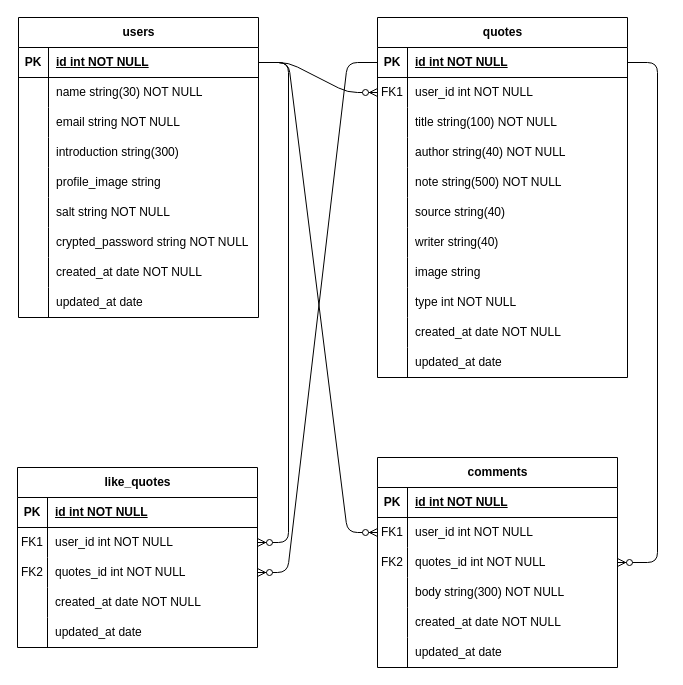
This is er_map.dio from win-soar/quotes_journaling, a draw.io file, before an edit. Source tidied: cells renumbered, new cells numbered last; positions are measured from the earlier drawing's top-left corner, leaving out a move shared by most shapes. Both pictures are drawn from the tidied source at 100%, with x=0, y=0 at pixel (17, 17).
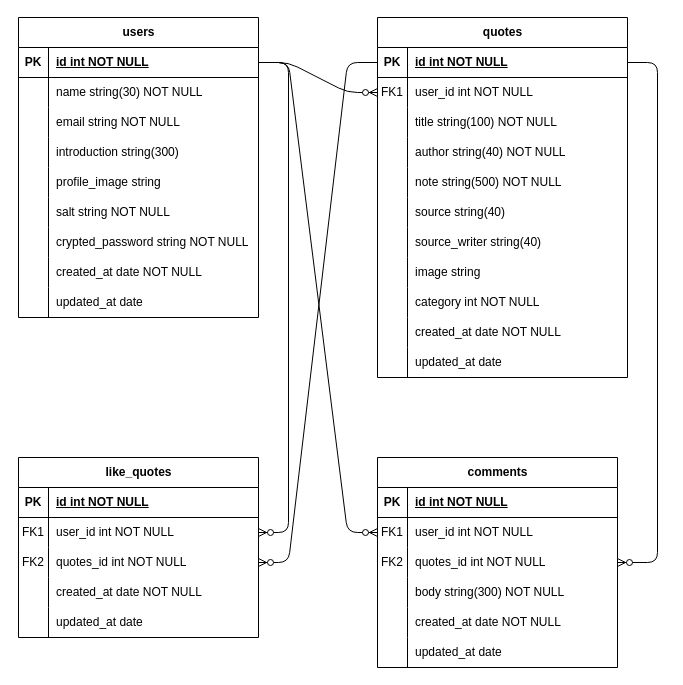
The same page after the edit.

The change refers to these unchanged cells:
```xml
<mxCell id="49" style="shape=tableRow;horizontal=0;startSize=0;swimlaneHead=0;swimlaneBody=0;fillColor=none;top=0;left=0;right=0;bottom=0;" parent="30" vertex="1">
  <mxGeometry y="210" width="250" height="30" as="geometry" />
</mxCell>
<mxCell id="55" style="shape=tableRow;horizontal=0;startSize=0;swimlaneHead=0;swimlaneBody=0;fillColor=none;top=0;left=0;right=0;bottom=0;" parent="30" vertex="1">
  <mxGeometry y="270" width="250" height="30" as="geometry" />
</mxCell>
```

Diff of the diagram source:
```diff
@@
-    <mxCell id="51" value="writer string(40)" style="shape=partialRectangle;fillColor=none;top=0;left=0;bottom=0;right=0;align=left;spacingLeft=6;overflow=hidden;whiteSpace=wrap;html=1;" parent="49" vertex="1">
+    <mxCell id="51" value="&lt;span style=&quot;color: rgb(0, 0, 0);&quot;&gt;source_&lt;/span&gt;writer string(40)" style="shape=partialRectangle;fillColor=none;top=0;left=0;bottom=0;right=0;align=left;spacingLeft=6;overflow=hidden;whiteSpace=wrap;html=1;" parent="49" vertex="1">
       <mxGeometry x="30" width="220" height="30" as="geometry" />
     </mxCell>
@@
-    <mxCell id="57" value="type int&lt;span style=&quot;color: rgb(0, 0, 0);&quot;&gt;&amp;nbsp;&lt;/span&gt;&lt;span style=&quot;color: rgb(0, 0, 0);&quot;&gt;NOT NULL&lt;/span&gt;" style="shape=partialRectangle;fillColor=none;top=0;left=0;bottom=0;right=0;align=left;spacingLeft=6;overflow=hidden;whiteSpace=wrap;html=1;" parent="55" vertex="1">
+    <mxCell id="57" value="category int&lt;span style=&quot;color: rgb(0, 0, 0);&quot;&gt;&amp;nbsp;&lt;/span&gt;&lt;span style=&quot;color: rgb(0, 0, 0);&quot;&gt;NOT NULL&lt;/span&gt;" style="shape=partialRectangle;fillColor=none;top=0;left=0;bottom=0;right=0;align=left;spacingLeft=6;overflow=hidden;whiteSpace=wrap;html=1;" parent="55" vertex="1">
       <mxGeometry x="30" width="220" height="30" as="geometry" />
     </mxCell>
@@
     <mxCell id="64" value="like_quotes" style="shape=table;startSize=30;childLayout=tableLayout;rowLines=0;fontStyle=1;align=center;html=1;" parent="1" vertex="1">
-      <mxGeometry y="450" width="240" height="180" as="geometry" />
+      <mxGeometry x="1" y="440" width="240" height="180" as="geometry" />
     </mxCell>
```
